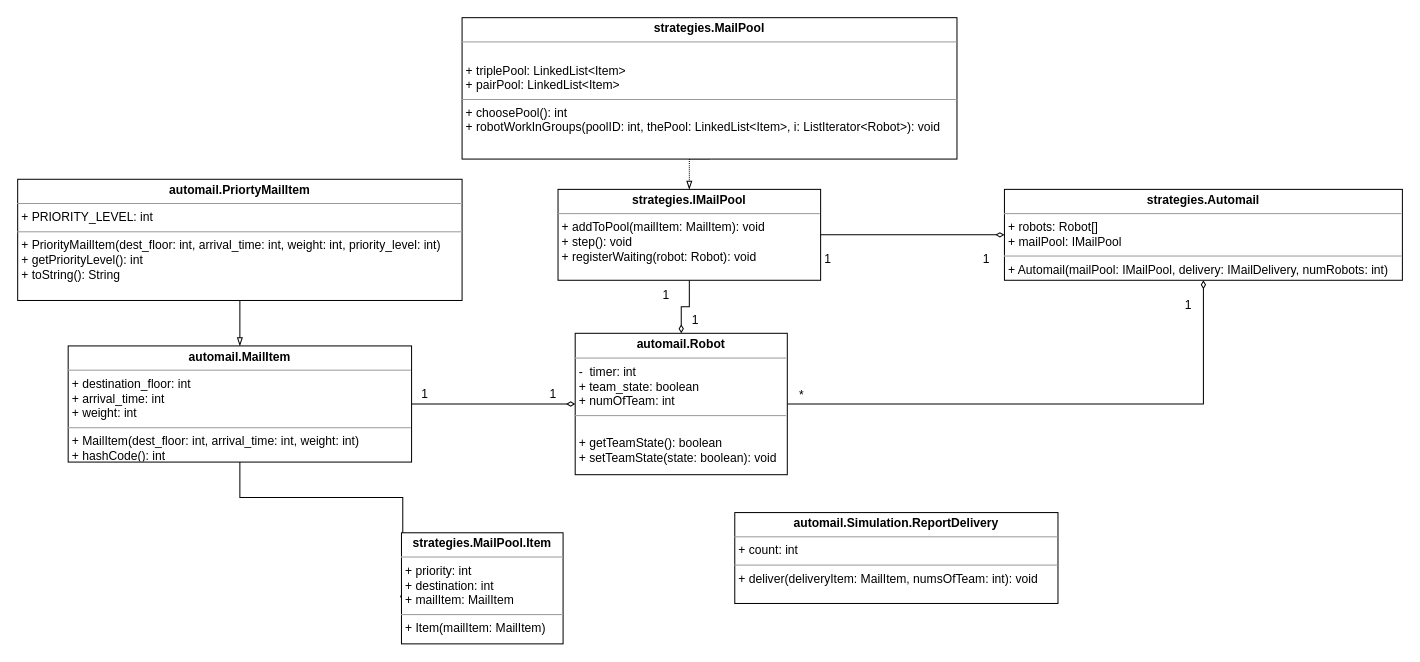
Above: Untitled Diagram (1).drawio in KATY1997/SWEN30006_PROJ1_2019S1 (draw.io), before the change. Source tidied: cells renumbered, new cells numbered last; positions are measured from the earlier drawing's top-left corner, leaving out a move shared by most shapes. Both pictures are drawn from the tidied source at 101%, with x=0, y=0 at pixel (17, 17).
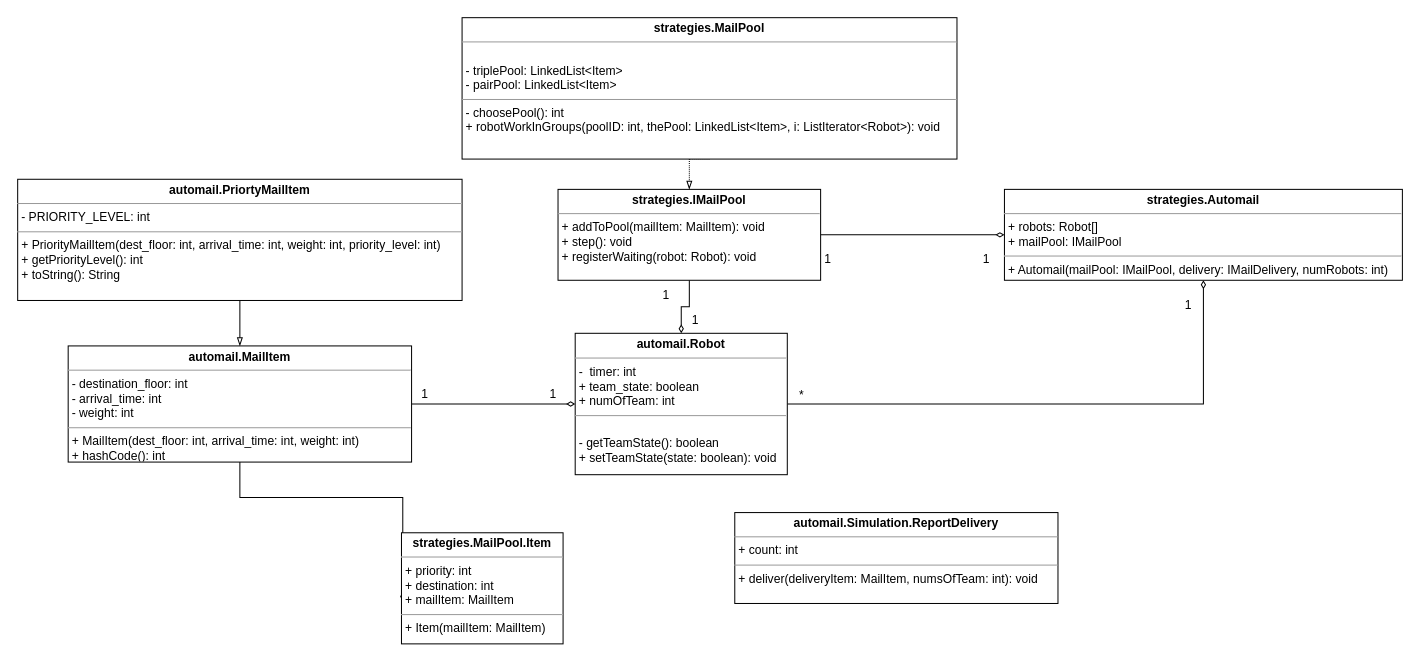
Above is the later version.

The edit, as a diff of the source:
```diff
@@
-    <mxCell id="3" value="&lt;p style=&quot;margin: 0px ; margin-top: 4px ; text-align: center&quot;&gt;&lt;b&gt;automail.Robot&lt;/b&gt;&lt;/p&gt;&lt;hr size=&quot;1&quot;&gt;&lt;p style=&quot;margin: 0px ; margin-left: 4px&quot;&gt;-&amp;nbsp; timer: int&lt;br&gt;&lt;/p&gt;&lt;p style=&quot;margin: 0px ; margin-left: 4px&quot;&gt;+ team_state: boolean&lt;br&gt;&lt;/p&gt;&lt;p style=&quot;margin: 0px ; margin-left: 4px&quot;&gt;+ numOfTeam: int&lt;br&gt;&lt;/p&gt;&lt;hr size=&quot;1&quot;&gt;&lt;p style=&quot;margin: 0px ; margin-left: 4px&quot;&gt;&lt;br&gt;&lt;/p&gt;&lt;p style=&quot;margin: 0px ; margin-left: 4px&quot;&gt;+ getTeamState(): boolean&lt;br&gt;&lt;/p&gt;&lt;p style=&quot;margin: 0px ; margin-left: 4px&quot;&gt;+ setTeamState(state: boolean): void&lt;br&gt;&lt;/p&gt;" style="verticalAlign=top;align=left;overflow=fill;fontSize=12;fontFamily=Helvetica;html=1;" parent="1" vertex="1">
+    <mxCell id="3" value="&lt;p style=&quot;margin: 0px ; margin-top: 4px ; text-align: center&quot;&gt;&lt;b&gt;automail.Robot&lt;/b&gt;&lt;/p&gt;&lt;hr size=&quot;1&quot;&gt;&lt;p style=&quot;margin: 0px ; margin-left: 4px&quot;&gt;-&amp;nbsp; timer: int&lt;br&gt;&lt;/p&gt;&lt;p style=&quot;margin: 0px ; margin-left: 4px&quot;&gt;+ team_state: boolean&lt;br&gt;&lt;/p&gt;&lt;p style=&quot;margin: 0px ; margin-left: 4px&quot;&gt;+ numOfTeam: int&lt;br&gt;&lt;/p&gt;&lt;hr size=&quot;1&quot;&gt;&lt;p style=&quot;margin: 0px ; margin-left: 4px&quot;&gt;&lt;br&gt;&lt;/p&gt;&lt;p style=&quot;margin: 0px ; margin-left: 4px&quot;&gt;- getTeamState(): boolean&lt;br&gt;&lt;/p&gt;&lt;p style=&quot;margin: 0px ; margin-left: 4px&quot;&gt;+ setTeamState(state: boolean): void&lt;br&gt;&lt;/p&gt;" style="verticalAlign=top;align=left;overflow=fill;fontSize=12;fontFamily=Helvetica;html=1;" parent="1" vertex="1">
       <mxGeometry x="552" y="312.5" width="210" height="140" as="geometry" />
     </mxCell>
@@
-    <mxCell id="5" value="&lt;p style=&quot;margin: 0px ; margin-top: 4px ; text-align: center&quot;&gt;&lt;b&gt;strategies.MailPool&lt;/b&gt;&lt;/p&gt;&lt;hr size=&quot;1&quot;&gt;&lt;p style=&quot;margin: 0px ; margin-left: 4px&quot;&gt;&lt;br&gt;&lt;/p&gt;&lt;p style=&quot;margin: 0px ; margin-left: 4px&quot;&gt;+ triplePool: LinkedList&amp;lt;Item&amp;gt;&lt;br&gt;&lt;/p&gt;&lt;p style=&quot;margin: 0px ; margin-left: 4px&quot;&gt;+ pairPool: LinkedList&amp;lt;Item&amp;gt;&lt;br&gt;&lt;/p&gt;&lt;hr size=&quot;1&quot;&gt;&lt;p style=&quot;margin: 0px ; margin-left: 4px&quot;&gt;+ choosePool(): int&lt;/p&gt;&lt;p style=&quot;margin: 0px ; margin-left: 4px&quot;&gt;&lt;span&gt;+ robotWorkInGroups(poolID: int, thePool: LinkedList&amp;lt;Item&amp;gt;, i: ListIterator&amp;lt;Robot&amp;gt;): void&lt;/span&gt;&lt;br&gt;&lt;/p&gt;" style="verticalAlign=top;align=left;overflow=fill;fontSize=12;fontFamily=Helvetica;html=1;" parent="1" vertex="1">
+    <mxCell id="5" value="&lt;p style=&quot;margin: 0px ; margin-top: 4px ; text-align: center&quot;&gt;&lt;b&gt;strategies.MailPool&lt;/b&gt;&lt;/p&gt;&lt;hr size=&quot;1&quot;&gt;&lt;p style=&quot;margin: 0px ; margin-left: 4px&quot;&gt;&lt;br&gt;&lt;/p&gt;&lt;p style=&quot;margin: 0px ; margin-left: 4px&quot;&gt;- triplePool: LinkedList&amp;lt;Item&amp;gt;&lt;br&gt;&lt;/p&gt;&lt;p style=&quot;margin: 0px ; margin-left: 4px&quot;&gt;- pairPool: LinkedList&amp;lt;Item&amp;gt;&lt;br&gt;&lt;/p&gt;&lt;hr size=&quot;1&quot;&gt;&lt;p style=&quot;margin: 0px ; margin-left: 4px&quot;&gt;- choosePool(): int&lt;/p&gt;&lt;p style=&quot;margin: 0px ; margin-left: 4px&quot;&gt;&lt;span&gt;+ robotWorkInGroups(poolID: int, thePool: LinkedList&amp;lt;Item&amp;gt;, i: ListIterator&amp;lt;Robot&amp;gt;): void&lt;/span&gt;&lt;br&gt;&lt;/p&gt;" style="verticalAlign=top;align=left;overflow=fill;fontSize=12;fontFamily=Helvetica;html=1;" parent="1" vertex="1">
       <mxGeometry x="440" width="490" height="140" as="geometry" />
     </mxCell>
@@
-    <mxCell id="7" value="&lt;p style=&quot;margin: 0px ; margin-top: 4px ; text-align: center&quot;&gt;&lt;b&gt;automail.PriortyMailItem&lt;/b&gt;&lt;/p&gt;&lt;hr size=&quot;1&quot;&gt;&lt;p style=&quot;margin: 0px ; margin-left: 4px&quot;&gt;+ PRIORITY_LEVEL: int&lt;/p&gt;&lt;hr size=&quot;1&quot;&gt;&lt;p style=&quot;margin: 0px ; margin-left: 4px&quot;&gt;+ PriorityMailItem(dest_floor: int, arrival_time: int, weight: int, priority_level: int)&lt;/p&gt;&lt;p style=&quot;margin: 0px ; margin-left: 4px&quot;&gt;+ getPriorityLevel(): int&lt;br&gt;&lt;/p&gt;&lt;p style=&quot;margin: 0px ; margin-left: 4px&quot;&gt;+ toString(): String&lt;br&gt;&lt;/p&gt;&lt;p style=&quot;margin: 0px ; margin-left: 4px&quot;&gt;&lt;br&gt;&lt;/p&gt;" style="verticalAlign=top;align=left;overflow=fill;fontSize=12;fontFamily=Helvetica;html=1;" parent="1" vertex="1">
+    <mxCell id="7" value="&lt;p style=&quot;margin: 0px ; margin-top: 4px ; text-align: center&quot;&gt;&lt;b&gt;automail.PriortyMailItem&lt;/b&gt;&lt;/p&gt;&lt;hr size=&quot;1&quot;&gt;&lt;p style=&quot;margin: 0px ; margin-left: 4px&quot;&gt;- PRIORITY_LEVEL: int&lt;/p&gt;&lt;hr size=&quot;1&quot;&gt;&lt;p style=&quot;margin: 0px ; margin-left: 4px&quot;&gt;+ PriorityMailItem(dest_floor: int, arrival_time: int, weight: int, priority_level: int)&lt;/p&gt;&lt;p style=&quot;margin: 0px ; margin-left: 4px&quot;&gt;+ getPriorityLevel(): int&lt;br&gt;&lt;/p&gt;&lt;p style=&quot;margin: 0px ; margin-left: 4px&quot;&gt;+ toString(): String&lt;br&gt;&lt;/p&gt;&lt;p style=&quot;margin: 0px ; margin-left: 4px&quot;&gt;&lt;br&gt;&lt;/p&gt;" style="verticalAlign=top;align=left;overflow=fill;fontSize=12;fontFamily=Helvetica;html=1;" parent="1" vertex="1">
       <mxGeometry y="160" width="440" height="120" as="geometry" />
     </mxCell>
@@
-    <mxCell id="10" value="&lt;p style=&quot;margin: 0px ; margin-top: 4px ; text-align: center&quot;&gt;&lt;b&gt;automail.MailItem&lt;/b&gt;&lt;/p&gt;&lt;hr size=&quot;1&quot;&gt;&lt;p style=&quot;margin: 0px ; margin-left: 4px&quot;&gt;+ destination_floor: int&lt;/p&gt;&lt;p style=&quot;margin: 0px ; margin-left: 4px&quot;&gt;+ arrival_time: int&lt;/p&gt;&lt;p style=&quot;margin: 0px ; margin-left: 4px&quot;&gt;+&amp;nbsp;weight: int&lt;/p&gt;&lt;hr size=&quot;1&quot;&gt;&lt;p style=&quot;margin: 0px ; margin-left: 4px&quot;&gt;+ MailItem(dest_floor: int, arrival_time: int, weight: int)&lt;/p&gt;&lt;p style=&quot;margin: 0px ; margin-left: 4px&quot;&gt;+ hashCode(): int&lt;br&gt;&lt;/p&gt;" style="verticalAlign=top;align=left;overflow=fill;fontSize=12;fontFamily=Helvetica;html=1;" parent="1" vertex="1">
+    <mxCell id="10" value="&lt;p style=&quot;margin: 0px ; margin-top: 4px ; text-align: center&quot;&gt;&lt;b&gt;automail.MailItem&lt;/b&gt;&lt;/p&gt;&lt;hr size=&quot;1&quot;&gt;&lt;p style=&quot;margin: 0px ; margin-left: 4px&quot;&gt;- destination_floor: int&lt;/p&gt;&lt;p style=&quot;margin: 0px ; margin-left: 4px&quot;&gt;- arrival_time: int&lt;/p&gt;&lt;p style=&quot;margin: 0px ; margin-left: 4px&quot;&gt;- weight: int&lt;/p&gt;&lt;hr size=&quot;1&quot;&gt;&lt;p style=&quot;margin: 0px ; margin-left: 4px&quot;&gt;+ MailItem(dest_floor: int, arrival_time: int, weight: int)&lt;/p&gt;&lt;p style=&quot;margin: 0px ; margin-left: 4px&quot;&gt;+ hashCode(): int&lt;br&gt;&lt;/p&gt;" style="verticalAlign=top;align=left;overflow=fill;fontSize=12;fontFamily=Helvetica;html=1;" parent="1" vertex="1">
       <mxGeometry x="50" y="325" width="340" height="115" as="geometry" />
     </mxCell>
@@
-    <mxCell id="15" value="&lt;p style=&quot;margin: 0px ; margin-top: 4px ; text-align: center&quot;&gt;&lt;b&gt;strategies.MailPool.Item&lt;/b&gt;&lt;/p&gt;&lt;hr size=&quot;1&quot;&gt;&lt;p style=&quot;margin: 0px ; margin-left: 4px&quot;&gt;+ priority: int&lt;/p&gt;&lt;p style=&quot;margin: 0px ; margin-left: 4px&quot;&gt;+ destination: int&lt;/p&gt;&lt;p style=&quot;margin: 0px ; margin-left: 4px&quot;&gt;+&amp;nbsp;mailItem: MailItem&lt;/p&gt;&lt;hr size=&quot;1&quot;&gt;&lt;p style=&quot;margin: 0px ; margin-left: 4px&quot;&gt;+ Item(mailItem: MailItem)&lt;/p&gt;" style="verticalAlign=top;align=left;overflow=fill;fontSize=12;fontFamily=Helvetica;html=1;" parent="1" vertex="1">
+    <mxCell id="15" value="&lt;p style=&quot;margin: 0px ; margin-top: 4px ; text-align: center&quot;&gt;&lt;b&gt;strategies.MailPool.Item&lt;/b&gt;&lt;/p&gt;&lt;hr size=&quot;1&quot;&gt;&lt;p style=&quot;margin: 0px ; margin-left: 4px&quot;&gt;+ priority: int&lt;/p&gt;&lt;p style=&quot;margin: 0px ; margin-left: 4px&quot;&gt;+ destination: int&lt;/p&gt;&lt;p style=&quot;margin: 0px ; margin-left: 4px&quot;&gt;+ mailItem: MailItem&lt;/p&gt;&lt;hr size=&quot;1&quot;&gt;&lt;p style=&quot;margin: 0px ; margin-left: 4px&quot;&gt;+ Item(mailItem: MailItem)&lt;/p&gt;" style="verticalAlign=top;align=left;overflow=fill;fontSize=12;fontFamily=Helvetica;html=1;" parent="1" vertex="1">
       <mxGeometry x="380" y="510" width="160" height="110" as="geometry" />
     </mxCell>
```
